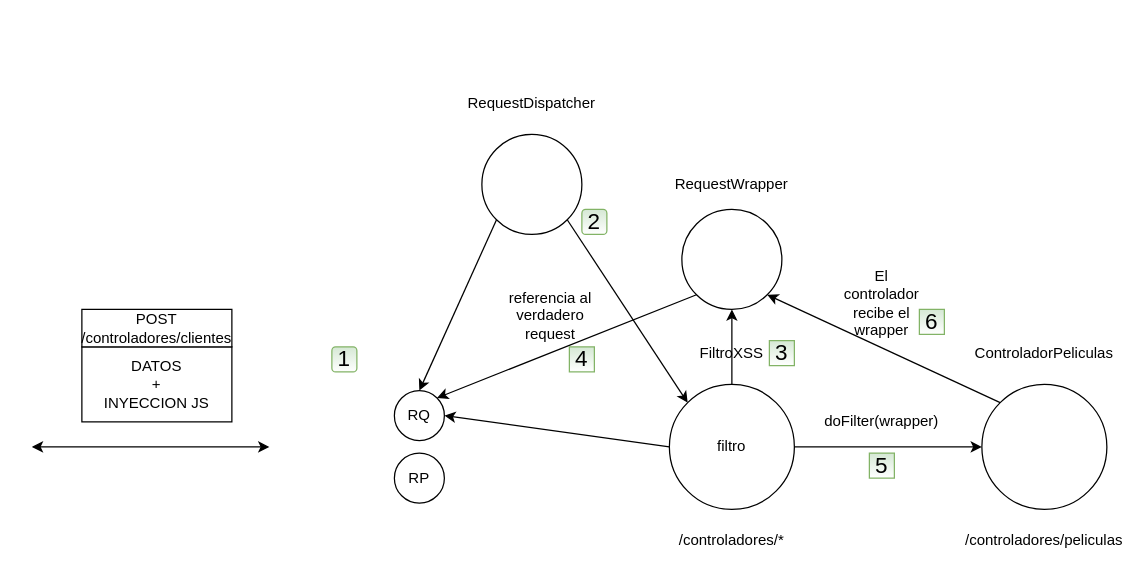
The draw.io diagram page "4-RequestWrapper" (4 of 31) of seguridad.drawio in lrag/seguridad_java, before the edit. Source tidied: cells renumbered, new cells numbered last; positions are measured from the earlier drawing's top-left corner, leaving out a move shared by most shapes. Both pictures are drawn from the tidied source at 125%, with x=0, y=0 at pixel (31, 84).
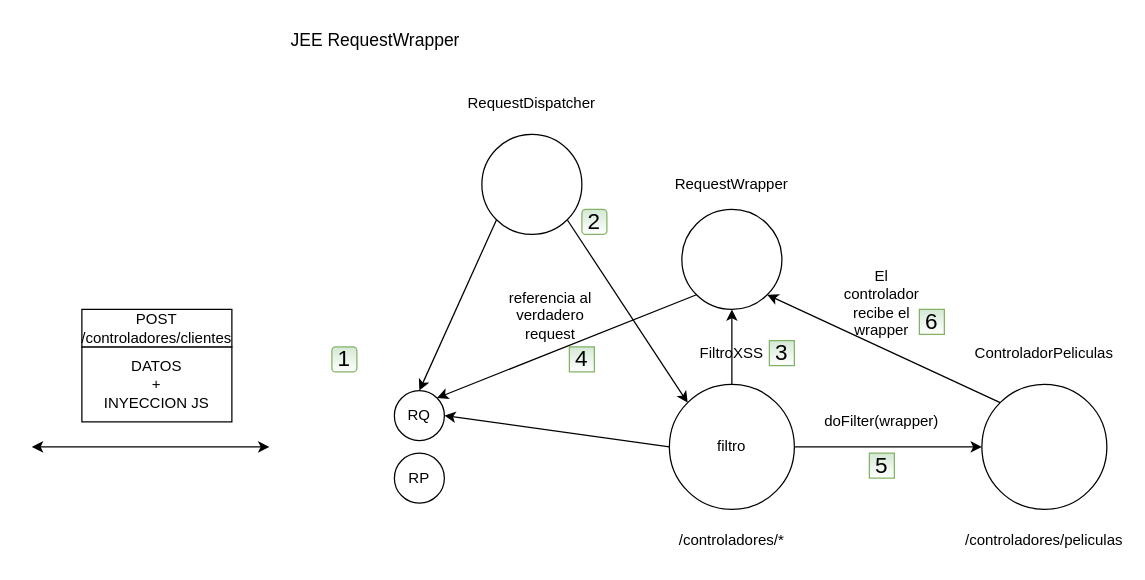
The same page after the edit.

Change to the diagram source:
```diff
@@
+    <mxCell id="33" value="JEE RequestWrapper" style="text;html=1;strokeColor=none;fillColor=none;align=center;verticalAlign=middle;whiteSpace=wrap;rounded=0;fontSize=14;" parent="1" vertex="1">
+      <mxGeometry x="170" y="-50" width="210" height="30" as="geometry" />
+    </mxCell>
```
